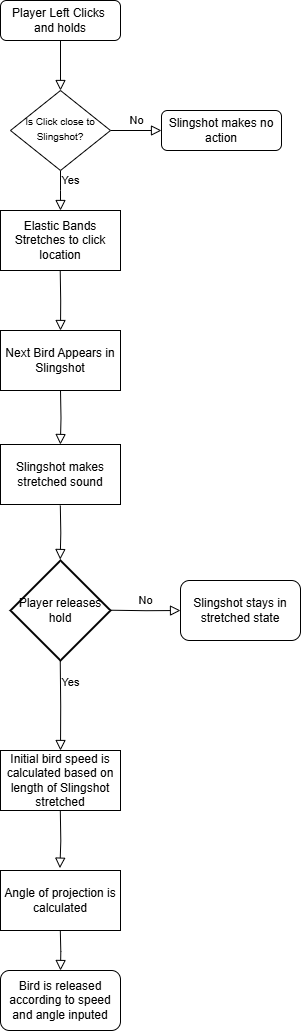
Before: DesignDiagrams/Handling-SlingShot.png, a diagram exported from draw.io (king525dev/AngryBirds-NEA). Source tidied: cells renumbered, new cells last; positions are measured from the earlier drawing's top-left corner, leaving out a move shared by most shapes.
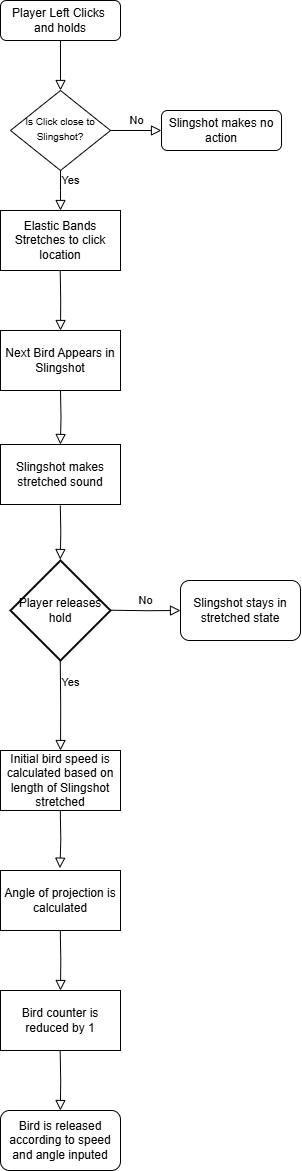
The same diagram one commit later.

Commit message:
Modified All Algorithms

Diff of the diagram source:
```diff
@@ -77,13 +77,23 @@
         <mxPoint x="59.8" y="810" as="sourcePoint" />
       </mxGeometry>
     </mxCell>
-    <mxCell id="21" style="rounded=0;html=1;jettySize=auto;fontSize=11;endArrow=block;endFill=0;endSize=8;strokeWidth=1;shadow=0;labelBackgroundColor=none;edgeStyle=orthogonalEdgeStyle;entryX=0.5;entryY=0;entryDx=0;entryDy=0;" parent="1" edge="1" target="22">
+    <mxCell id="21" style="rounded=0;html=1;jettySize=auto;orthogonalLoop=1;fontSize=11;endArrow=block;endFill=0;endSize=8;strokeWidth=1;shadow=0;labelBackgroundColor=none;edgeStyle=orthogonalEdgeStyle;" parent="1" edge="1">
       <mxGeometry relative="1" as="geometry">
         <mxPoint x="59.8" y="930" as="sourcePoint" />
+        <mxPoint x="60" y="990" as="targetPoint" />
       </mxGeometry>
     </mxCell>
     <mxCell id="22" value="Bird is released according to speed and angle inputed" style="rounded=1;whiteSpace=wrap;html=1;" parent="1" vertex="1">
-      <mxGeometry y="970" width="120" height="60" as="geometry" />
+      <mxGeometry y="1110" width="120" height="60" as="geometry" />
     </mxCell>
+    <mxCell id="23" value="Bird counter is reduced by 1" style="rounded=0;whiteSpace=wrap;html=1;" parent="1" vertex="1">
+      <mxGeometry y="990" width="120" height="60" as="geometry" />
+    </mxCell>
+    <mxCell id="24" style="rounded=0;html=1;jettySize=auto;orthogonalLoop=1;fontSize=11;endArrow=block;endFill=0;endSize=8;strokeWidth=1;shadow=0;labelBackgroundColor=none;edgeStyle=orthogonalEdgeStyle;" parent="1" edge="1">
+      <mxGeometry relative="1" as="geometry">
+        <mxPoint x="59.7" y="1050" as="sourcePoint" />
+        <mxPoint x="59.8" y="1110" as="targetPoint" />
+      </mxGeometry>
+    </mxCell>
   </root>
 </mxGraphModel>
```
